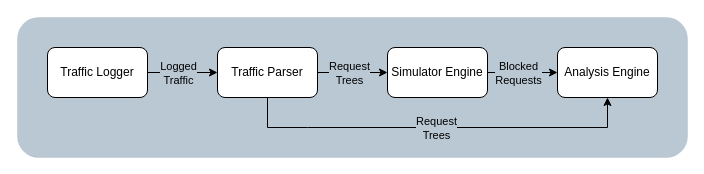
Earlier version of the draw.io diagram thesis_text/obrazky-figures/highlevel_overview.drawio (Aenariss/DIP). Source tidied: cells renumbered, new cells numbered last; positions are measured from the earlier drawing's top-left corner, leaving out a move shared by most shapes. Both pictures are drawn from the tidied source at 100%, with x=0, y=0 at pixel (17, 17).
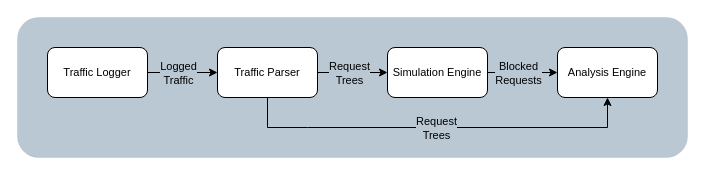
The same diagram, later.

What changed in the source:
```diff
@@
 <mxGraphModel>
   <root>
     <mxCell id="0" />
     <mxCell id="1" parent="0" />
     <mxCell id="2" style="rounded=1;whiteSpace=wrap;html=1;fillColor=#bac8d3;strokeColor=#23445d;strokeWidth=0;" parent="1" vertex="1">
       <mxGeometry width="670" height="140" as="geometry" />
     </mxCell>
-    <mxCell id="3" value="Traffic Logger" style="rounded=1;whiteSpace=wrap;html=1;" parent="1" vertex="1">
+    <mxCell id="3" value="&lt;font style=&quot;font-size: 11px;&quot;&gt;Traffic Logger&lt;/font&gt;" style="rounded=1;whiteSpace=wrap;html=1;" parent="1" vertex="1">
       <mxGeometry x="30" y="30" width="100" height="50" as="geometry" />
     </mxCell>
-    <mxCell id="4" value="Traffic Parser" style="rounded=1;whiteSpace=wrap;html=1;" parent="1" vertex="1">
+    <mxCell id="4" value="&lt;font style=&quot;font-size: 11px;&quot;&gt;Traffic Parser&lt;/font&gt;" style="rounded=1;whiteSpace=wrap;html=1;" parent="1" vertex="1">
       <mxGeometry x="200" y="30" width="100" height="50" as="geometry" />
     </mxCell>
     <mxCell id="5" style="endArrow=classic;html=1;rounded=0;exitX=1;exitY=0.5;exitDx=0;exitDy=0;entryX=0;entryY=0.5;entryDx=0;entryDy=0;" parent="1" edge="1" source="4" target="7">
       <mxGeometry relative="1" as="geometry" />
     </mxCell>
     <mxCell id="6" value="Request&lt;div&gt;Trees&lt;/div&gt;" style="edgeLabel;html=1;align=center;verticalAlign=middle;labelBackgroundColor=#BAC8D3;textShadow=0;fontColor=#000000;" parent="5" vertex="1">
       <mxGeometry x="-0.11" y="-1" relative="1" as="geometry">
         <mxPoint y="-1" as="offset" />
       </mxGeometry>
     </mxCell>
-    <mxCell id="7" value="Simulator Engine" style="rounded=1;whiteSpace=wrap;html=1;" parent="1" vertex="1">
+    <mxCell id="7" value="&lt;font style=&quot;font-size: 11px;&quot;&gt;Simulation Engine&lt;/font&gt;" style="rounded=1;whiteSpace=wrap;html=1;" parent="1" vertex="1">
       <mxGeometry x="370" y="30" width="100" height="50" as="geometry" />
     </mxCell>
     <mxCell id="8" style="endArrow=classic;html=1;rounded=0;exitX=1;exitY=0.5;exitDx=0;exitDy=0;entryX=0;entryY=0.5;entryDx=0;entryDy=0;" parent="1" edge="1" source="3" target="4">
       <mxGeometry relative="1" as="geometry" />
     </mxCell>
     <mxCell id="9" value="Logged&lt;div&gt;Traffic&lt;/div&gt;" style="edgeLabel;html=1;align=center;verticalAlign=middle;labelBackgroundColor=#BAC8D3;textShadow=0;" parent="8" vertex="1">
       <mxGeometry x="-0.11" y="-1" relative="1" as="geometry">
         <mxPoint x="-1" y="-1" as="offset" />
       </mxGeometry>
     </mxCell>
     <mxCell id="10" style="endArrow=classic;html=1;rounded=0;exitX=1;exitY=0.5;exitDx=0;exitDy=0;entryX=0;entryY=0.5;entryDx=0;entryDy=0;" parent="1" edge="1" source="7" target="12">
       <mxGeometry relative="1" as="geometry" />
     </mxCell>
     <mxCell id="11" value="Blocked&lt;div&gt;Requests&lt;/div&gt;" style="edgeLabel;html=1;align=center;verticalAlign=middle;labelBackgroundColor=#BAC8D3;textShadow=0;fontColor=default;" parent="10" vertex="1">
       <mxGeometry x="-0.11" y="-1" relative="1" as="geometry">
         <mxPoint x="-1" y="-1" as="offset" />
       </mxGeometry>
     </mxCell>
-    <mxCell id="12" value="&lt;span&gt;Analysis Engine&lt;/span&gt;" style="rounded=1;whiteSpace=wrap;html=1;" parent="1" vertex="1">
+    <mxCell id="12" value="&lt;span&gt;&lt;font style=&quot;font-size: 11px;&quot;&gt;Analysis Engine&lt;/font&gt;&lt;/span&gt;" style="rounded=1;whiteSpace=wrap;html=1;" parent="1" vertex="1">
       <mxGeometry x="540" y="30" width="100" height="50" as="geometry" />
     </mxCell>
     <mxCell id="13" style="endArrow=classic;html=1;rounded=0;edgeStyle=orthogonalEdgeStyle;entryX=0.5;entryY=1;entryDx=0;entryDy=0;exitX=0.5;exitY=1;exitDx=0;exitDy=0;" parent="1" edge="1" source="4" target="12">
       <mxGeometry relative="1" as="geometry">
         <Array as="points">
           <mxPoint x="290" y="110" />
           <mxPoint x="690" y="110" />
         </Array>
       </mxGeometry>
     </mxCell>
     <mxCell id="14" value="Request&lt;br&gt;Trees" style="edgeLabel;align=center;verticalAlign=middle;labelBackgroundColor=#BAC8D3;html=1;fontColor=default;labelBorderColor=none;textShadow=0;" parent="13" vertex="1">
       <mxGeometry x="-0.11" y="-1" relative="1" as="geometry">
         <mxPoint x="20" y="-1" as="offset" />
       </mxGeometry>
     </mxCell>
   </root>
 </mxGraphModel>
```
